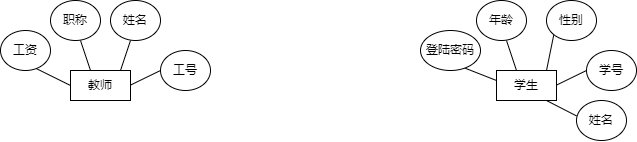
Before: studentManageSystem.png, a diagram exported from draw.io (LuckyE1120/junxingshi). Source tidied: cells renumbered, new cells last; positions are measured from the earlier drawing's top-left corner, leaving out a move shared by most shapes.
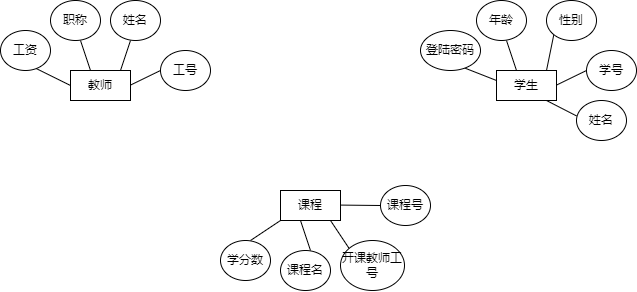
Later version of the same file.

Change to the diagram source:
```diff
@@ -84,5 +84,44 @@
         <mxPoint x="576" y="115.4" as="targetPoint" />
       </mxGeometry>
     </mxCell>
+    <mxCell id="22" value="课程" style="rounded=0;whiteSpace=wrap;html=1;fontSize=12;" parent="1" vertex="1">
+      <mxGeometry x="280" y="190" width="60" height="30" as="geometry" />
+    </mxCell>
+    <mxCell id="23" style="endArrow=none;html=1;rounded=0;fontSize=18;" parent="1" edge="1">
+      <mxGeometry relative="1" as="geometry">
+        <mxPoint x="340" y="204.6" as="sourcePoint" />
+        <mxPoint x="380" y="205" as="targetPoint" />
+      </mxGeometry>
+    </mxCell>
+    <mxCell id="24" style="endArrow=none;html=1;rounded=0;fontSize=18;" parent="1" edge="1">
+      <mxGeometry relative="1" as="geometry">
+        <mxPoint x="250" y="240" as="sourcePoint" />
+        <mxPoint x="280" y="220" as="targetPoint" />
+      </mxGeometry>
+    </mxCell>
+    <mxCell id="25" style="endArrow=none;html=1;rounded=0;fontSize=18;" parent="1" edge="1">
+      <mxGeometry relative="1" as="geometry">
+        <mxPoint x="300" y="220" as="sourcePoint" />
+        <mxPoint x="310" y="250" as="targetPoint" />
+      </mxGeometry>
+    </mxCell>
+    <mxCell id="26" style="endArrow=none;html=1;rounded=0;fontSize=18;" parent="1" edge="1">
+      <mxGeometry relative="1" as="geometry">
+        <mxPoint x="330" y="220" as="sourcePoint" />
+        <mxPoint x="350" y="250" as="targetPoint" />
+      </mxGeometry>
+    </mxCell>
+    <mxCell id="27" value="课程号" style="ellipse;whiteSpace=wrap;html=1;fontSize=12;" parent="1" vertex="1">
+      <mxGeometry x="380" y="185" width="50" height="40" as="geometry" />
+    </mxCell>
+    <mxCell id="28" value="开课教师工号" style="ellipse;whiteSpace=wrap;html=1;fontSize=12;" parent="1" vertex="1">
+      <mxGeometry x="340" y="240" width="64" height="50" as="geometry" />
+    </mxCell>
+    <mxCell id="29" value="课程名" style="ellipse;whiteSpace=wrap;html=1;fontSize=12;" parent="1" vertex="1">
+      <mxGeometry x="280" y="250" width="50" height="40" as="geometry" />
+    </mxCell>
+    <mxCell id="30" value="学分数" style="ellipse;whiteSpace=wrap;html=1;fontSize=12;" parent="1" vertex="1">
+      <mxGeometry x="220" y="240" width="50" height="40" as="geometry" />
+    </mxCell>
   </root>
 </mxGraphModel>
```
